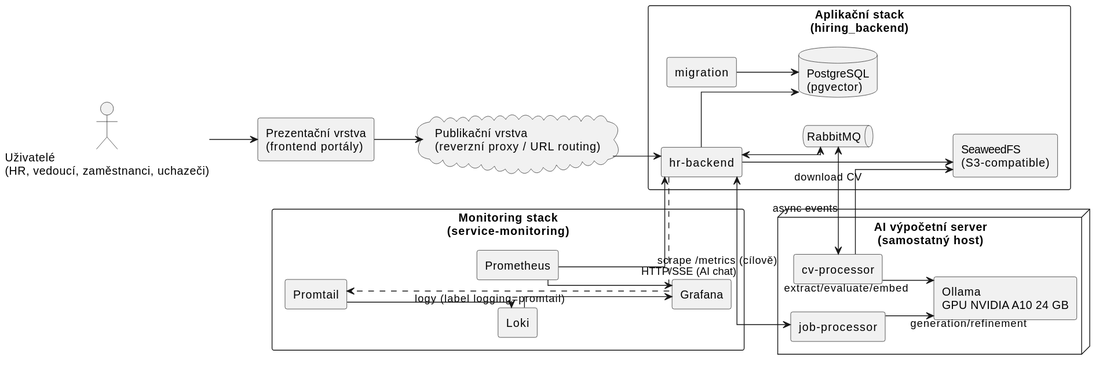
pavelvachaaa/diploma-thesis keeps this PlantUML diagram as procesy/deployment/deployment-topology.svg. Above is the earlier version. Its diagram source:
```plantuml
@startuml
left to right direction
skinparam linetype ortho
skinparam packageStyle rectangle
skinparam shadowing false

actor "Uživatelé\n(HR, vedoucí, zaměstnanci, uchazeči)" as Users
rectangle "Prezentační vrstva\n(frontend portály)" as FE

cloud "Publikační vrstva\n(reverzní proxy / URL routing)" as Edge

package "Aplikační stack\n(hiring_backend)" {
  rectangle "hr-backend" as API
  rectangle "migration" as MIG
  database "PostgreSQL\n(pgvector)" as DB
  rectangle "SeaweedFS\n(S3-compatible)" as S3
  queue "RabbitMQ" as MQ
}

node "AI výpočetní server\n(samostatný host)" as AIHOST {
  rectangle "cv-processor" as CVP
  rectangle "job-processor" as JOBP
  rectangle "Ollama\nGPU NVIDIA A10 24 GB" as OLLAMA
}

package "Monitoring stack\n(service-monitoring)" {
  rectangle "Promtail" as PT
  rectangle "Loki" as LOKI
  rectangle "Prometheus" as PROM
  rectangle "Grafana" as GRAF
}

Users --> FE
FE --> Edge
Edge --> API

MIG --> DB
API --> DB
API --> S3
API <--> MQ
API <--> JOBP : HTTP/SSE (AI chat)
CVP <--> MQ : async events
CVP --> S3 : download CV
CVP --> OLLAMA : extract/evaluate/embed
JOBP --> OLLAMA : generation/refinement

API ..> PT : logy (label logging=promtail)
PT --> LOKI
PROM --> API : scrape /metrics (cílově)
PROM --> GRAF
LOKI --> GRAF

DB -[hidden]- S3
@enduml
```
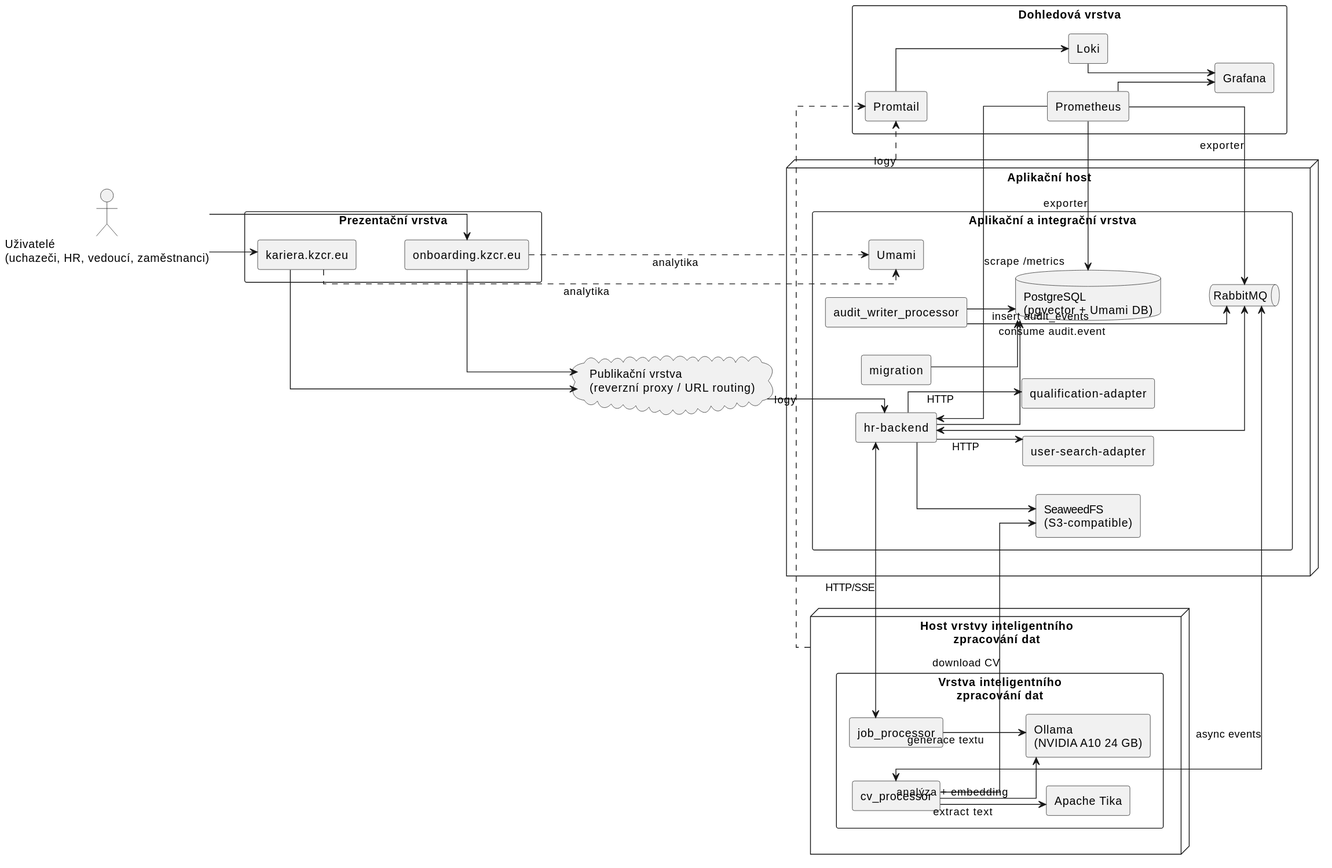
After the commit.

The edit, as a diff of the source:
```diff
@@ -4,51 +4,79 @@
 skinparam packageStyle rectangle
 skinparam shadowing false
 
-actor "Uživatelé\n(HR, vedoucí, zaměstnanci, uchazeči)" as Users
-rectangle "Prezentační vrstva\n(frontend portály)" as FE
+actor "Uživatelé\n(uchazeči, HR, vedoucí, zaměstnanci)" as Users
 
-cloud "Publikační vrstva\n(reverzní proxy / URL routing)" as Edge
-
-package "Aplikační stack\n(hiring_backend)" {
-  rectangle "hr-backend" as API
-  rectangle "migration" as MIG
-  database "PostgreSQL\n(pgvector)" as DB
-  rectangle "SeaweedFS\n(S3-compatible)" as S3
-  queue "RabbitMQ" as MQ
+package "Prezentační vrstva" {
+  rectangle "kariera.kzcr.eu" as CAREER
+  rectangle "onboarding.kzcr.eu" as ONBOARD
 }
 
-node "AI výpočetní server\n(samostatný host)" as AIHOST {
-  rectangle "cv-processor" as CVP
-  rectangle "job-processor" as JOBP
-  rectangle "Ollama\nGPU NVIDIA A10 24 GB" as OLLAMA
+cloud "Publikační vrstva\n(reverzní proxy / URL routing)" as EDGE
+
+node "Aplikační host" as APPHOST {
+  package "Aplikační a integrační vrstva" {
+    rectangle "hr-backend" as API
+    rectangle "migration" as MIG
+    rectangle "qualification-adapter" as QUAL
+    rectangle "user-search-adapter" as USERSEARCH
+    rectangle "audit_writer_processor" as AUDIT
+    database "PostgreSQL\n(pgvector + Umami DB)" as DB
+    rectangle "SeaweedFS\n(S3-compatible)" as S3
+    queue "RabbitMQ" as MQ
+    rectangle "Umami" as UMAMI
+  }
 }
 
-package "Monitoring stack\n(service-monitoring)" {
+node "Host vrstvy inteligentního\nzpracování dat" as AIHOST {
+  package "Vrstva inteligentního\nzpracování dat" {
+    rectangle "cv_processor" as CVP
+    rectangle "job_processor" as JOBP
+    rectangle "Apache Tika" as TIKA
+    rectangle "Ollama\n(NVIDIA A10 24 GB)" as OLLAMA
+  }
+}
+
+package "Dohledová vrstva" {
   rectangle "Promtail" as PT
   rectangle "Loki" as LOKI
   rectangle "Prometheus" as PROM
   rectangle "Grafana" as GRAF
 }
 
-Users --> FE
-FE --> Edge
-Edge --> API
+Users --> CAREER
+Users --> ONBOARD
+CAREER --> EDGE
+ONBOARD --> EDGE
+EDGE --> API
+
+CAREER ..> UMAMI : analytika
+ONBOARD ..> UMAMI : analytika
 
 MIG --> DB
+API --> QUAL : HTTP
+API --> USERSEARCH : HTTP
 API --> DB
 API --> S3
 API <--> MQ
-API <--> JOBP : HTTP/SSE (AI chat)
+AUDIT --> MQ : consume audit.event
+AUDIT --> DB : insert audit_events
+
+API <--> JOBP : HTTP/SSE
 CVP <--> MQ : async events
 CVP --> S3 : download CV
-CVP --> OLLAMA : extract/evaluate/embed
-JOBP --> OLLAMA : generation/refinement
+CVP --> TIKA : extract text
+CVP --> OLLAMA : analýza + embedding
+JOBP --> OLLAMA : generace textu
 
-API ..> PT : logy (label logging=promtail)
+APPHOST ..> PT : logy
+AIHOST ..> PT : logy
 PT --> LOKI
-PROM --> API : scrape /metrics (cílově)
+PROM --> API : scrape /metrics
+PROM --> MQ : exporter
+PROM --> DB : exporter
 PROM --> GRAF
 LOKI --> GRAF
 
-DB -[hidden]- S3
+DB -[hidden]- MQ
+CAREER -[hidden]- ONBOARD
 @enduml
```
